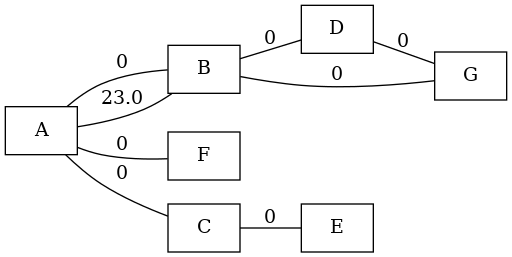
Above: test.gv.png in luisferuam/edyl-graph (Graphviz), before the change. Its source is kept beside it as test.gv.
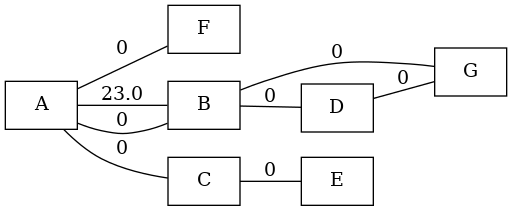
The same diagram one commit later.

Change to the diagram source:
```diff
@@ -1,20 +1,20 @@
 graph {
   rankdir=LR;
 
+  G[shape=box]
+  F[shape=box]
+  D[shape=box]
+  E[shape=box]
   B[shape=box]
-  D[shape=box]
-  F[shape=box]
-  E[shape=box]
   C[shape=box]
-  G[shape=box]
   A[shape=box]
 
+  B -- G[label="0"]
+  A -- B[label="23.0"]
+  D -- G[label="0"]
+  A -- F[label="0"]
+  A -- C[label="0"]
+  B -- D[label="0"]
   A -- B[label="0"]
-  A -- F[label="0"]
-  B -- G[label="0"]
   C -- E[label="0"]
-  B -- D[label="0"]
-  D -- G[label="0"]
-  A -- C[label="0"]
-  A -- B[label="23.0"]
 }
```
